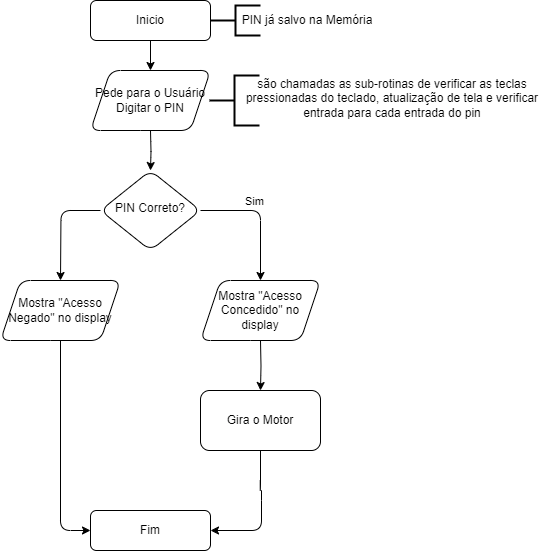
Above: img/fluxograma.png in nullifidianz/Fechadura-Assembly (draw.io), before the change. Source tidied: cells renumbered, new cells last; positions are measured from the earlier drawing's top-left corner, leaving out a move shared by most shapes. Source of this version:
```xml
<mxGraphModel background="#ffffff">
  <root>
    <mxCell id="0" />
    <mxCell id="1" parent="0" />
    <mxCell id="2" style="edgeStyle=orthogonalEdgeStyle;rounded=1;jettySize=auto;html=1;exitX=0.5;exitY=1;exitDx=0;exitDy=0;entryX=0.5;entryY=0;entryDx=0;entryDy=0;" parent="1" edge="1" source="3" target="9">
      <mxGeometry relative="1" as="geometry" />
    </mxCell>
    <mxCell id="3" value="Inicio" style="rounded=1;whiteSpace=wrap;html=1;fontSize=12;glass=0;strokeWidth=1;shadow=0;" parent="1" vertex="1">
      <mxGeometry x="90" width="120" height="40" as="geometry" />
    </mxCell>
    <mxCell id="4" style="edgeStyle=orthogonalEdgeStyle;rounded=1;jettySize=auto;html=1;entryX=0.5;entryY=0;entryDx=0;entryDy=0;" parent="1" edge="1" source="7">
      <mxGeometry relative="1" as="geometry">
        <mxPoint x="260" y="280" as="targetPoint" />
        <Array as="points">
          <mxPoint x="260" y="210" />
        </Array>
      </mxGeometry>
    </mxCell>
    <mxCell id="5" value="Sim" style="edgeLabel;html=1;align=center;verticalAlign=middle;rounded=1;" parent="4" vertex="1">
      <mxGeometry x="-0.18" y="-1" relative="1" as="geometry">
        <mxPoint y="-11" as="offset" />
      </mxGeometry>
    </mxCell>
    <mxCell id="6" style="edgeStyle=orthogonalEdgeStyle;rounded=1;jettySize=auto;html=1;exitX=0;exitY=0.5;exitDx=0;exitDy=0;entryX=0.5;entryY=0;entryDx=0;entryDy=0;" parent="1" edge="1" source="7">
      <mxGeometry relative="1" as="geometry">
        <mxPoint x="60" y="280" as="targetPoint" />
      </mxGeometry>
    </mxCell>
    <mxCell id="7" value="PIN Correto?" style="rhombus;whiteSpace=wrap;html=1;shadow=0;fontFamily=Helvetica;fontSize=12;align=center;strokeWidth=1;spacing=6;spacingTop=-4;rounded=1;" parent="1" vertex="1">
      <mxGeometry x="100" y="170" width="100" height="80" as="geometry" />
    </mxCell>
    <mxCell id="8" style="edgeStyle=orthogonalEdgeStyle;rounded=1;jettySize=auto;html=1;exitX=0.5;exitY=1;exitDx=0;exitDy=0;entryX=0.5;entryY=0;entryDx=0;entryDy=0;" parent="1" edge="1" target="7">
      <mxGeometry relative="1" as="geometry">
        <mxPoint x="150" y="130" as="sourcePoint" />
      </mxGeometry>
    </mxCell>
    <mxCell id="9" value="Pede para o Usuário Digitar o PIN" style="shape=parallelogram;perimeter=parallelogramPerimeter;whiteSpace=wrap;html=1;fixedSize=1;rounded=1;" parent="1" vertex="1">
      <mxGeometry x="90" y="70" width="120" height="60" as="geometry" />
    </mxCell>
    <mxCell id="10" style="edgeStyle=orthogonalEdgeStyle;rounded=1;jettySize=auto;html=1;exitX=0.5;exitY=1;exitDx=0;exitDy=0;entryX=0.5;entryY=0;entryDx=0;entryDy=0;" parent="1" edge="1" target="12">
      <mxGeometry relative="1" as="geometry">
        <mxPoint x="260" y="340" as="sourcePoint" />
      </mxGeometry>
    </mxCell>
    <mxCell id="11" style="edgeStyle=orthogonalEdgeStyle;rounded=1;jettySize=auto;html=1;exitX=0.5;exitY=1;exitDx=0;exitDy=0;entryX=1;entryY=0.5;entryDx=0;entryDy=0;" parent="1" edge="1" source="12" target="13">
      <mxGeometry relative="1" as="geometry">
        <Array as="points">
          <mxPoint x="260" y="490" />
          <mxPoint x="261" y="490" />
          <mxPoint x="261" y="530" />
        </Array>
      </mxGeometry>
    </mxCell>
    <mxCell id="12" value="Gira o Motor" style="rounded=1;whiteSpace=wrap;html=1;" parent="1" vertex="1">
      <mxGeometry x="200" y="390" width="120" height="60" as="geometry" />
    </mxCell>
    <mxCell id="13" value="Fim" style="rounded=1;whiteSpace=wrap;html=1;fontSize=12;glass=0;strokeWidth=1;shadow=0;" parent="1" vertex="1">
      <mxGeometry x="90" y="510" width="120" height="40" as="geometry" />
    </mxCell>
    <mxCell id="14" style="edgeStyle=orthogonalEdgeStyle;rounded=1;orthogonalLoop=1;jettySize=auto;html=1;exitX=0.5;exitY=1;exitDx=0;exitDy=0;" parent="1" edge="1">
      <mxGeometry relative="1" as="geometry">
        <mxPoint x="60" y="340" as="sourcePoint" />
        <mxPoint x="60" y="340" as="targetPoint" />
      </mxGeometry>
    </mxCell>
    <mxCell id="15" style="edgeStyle=orthogonalEdgeStyle;rounded=1;jettySize=auto;html=1;entryX=0;entryY=0.5;entryDx=0;entryDy=0;" parent="1" edge="1" source="16" target="13">
      <mxGeometry relative="1" as="geometry" />
    </mxCell>
    <mxCell id="16" value="Mostra &quot;Acesso Negado&quot; no display" style="shape=parallelogram;perimeter=parallelogramPerimeter;whiteSpace=wrap;html=1;fixedSize=1;rounded=1;" parent="1" vertex="1">
      <mxGeometry y="280" width="120" height="60" as="geometry" />
    </mxCell>
    <mxCell id="17" value="Mostra &quot;Acesso Concedido&quot; no display" style="shape=parallelogram;perimeter=parallelogramPerimeter;whiteSpace=wrap;html=1;fixedSize=1;rounded=1;" parent="1" vertex="1">
      <mxGeometry x="200" y="280" width="120" height="60" as="geometry" />
    </mxCell>
    <mxCell id="18" style="strokeWidth=2;html=1;shape=mxgraph.flowchart.annotation_2;align=left;labelPosition=right;rounded=1;" parent="1" vertex="1">
      <mxGeometry x="210" y="5" width="50" height="30" as="geometry" />
    </mxCell>
    <mxCell id="19" style="strokeWidth=2;html=1;shape=mxgraph.flowchart.annotation_2;align=left;labelPosition=right;rounded=1;" parent="1" vertex="1">
      <mxGeometry x="209" y="75" width="50" height="50" as="geometry" />
    </mxCell>
    <mxCell id="20" value="PIN já salvo na Memória" style="text;html=1;align=center;verticalAlign=middle;whiteSpace=wrap;rounded=1;" parent="1" vertex="1">
      <mxGeometry x="234" y="5" width="146" height="30" as="geometry" />
    </mxCell>
    <mxCell id="21" value="são chamadas as sub-rotinas de verificar as teclas pressionadas do teclado, atualização de tela e verificar entrada para cada entrada do pin" style="text;html=1;align=center;verticalAlign=middle;whiteSpace=wrap;rounded=1;" parent="1" vertex="1">
      <mxGeometry x="234" y="75" width="316" height="45" as="geometry" />
    </mxCell>
  </root>
</mxGraphModel>
```
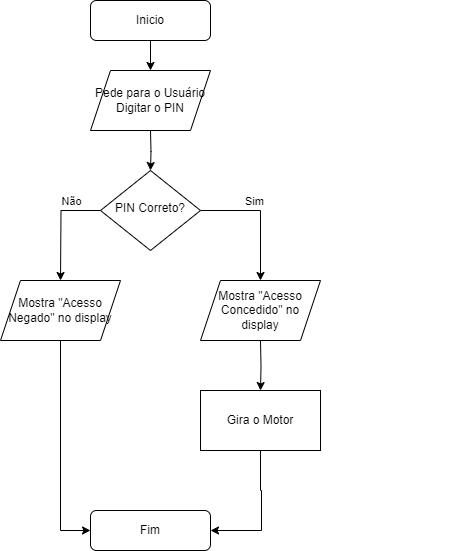
The same diagram one commit later.

Change to the diagram source:
```diff
@@ -2,13 +2,13 @@
   <root>
     <mxCell id="0" />
     <mxCell id="1" parent="0" />
-    <mxCell id="2" style="edgeStyle=orthogonalEdgeStyle;rounded=1;jettySize=auto;html=1;exitX=0.5;exitY=1;exitDx=0;exitDy=0;entryX=0.5;entryY=0;entryDx=0;entryDy=0;" parent="1" edge="1" source="3" target="9">
+    <mxCell id="2" style="edgeStyle=orthogonalEdgeStyle;rounded=0;jettySize=auto;html=1;exitX=0.5;exitY=1;exitDx=0;exitDy=0;entryX=0.5;entryY=0;entryDx=0;entryDy=0;" parent="1" edge="1" source="3" target="9">
       <mxGeometry relative="1" as="geometry" />
     </mxCell>
     <mxCell id="3" value="Inicio" style="rounded=1;whiteSpace=wrap;html=1;fontSize=12;glass=0;strokeWidth=1;shadow=0;" parent="1" vertex="1">
       <mxGeometry x="90" width="120" height="40" as="geometry" />
     </mxCell>
-    <mxCell id="4" style="edgeStyle=orthogonalEdgeStyle;rounded=1;jettySize=auto;html=1;entryX=0.5;entryY=0;entryDx=0;entryDy=0;" parent="1" edge="1" source="7">
+    <mxCell id="4" style="edgeStyle=orthogonalEdgeStyle;rounded=0;jettySize=auto;html=1;entryX=0.5;entryY=0;entryDx=0;entryDy=0;" parent="1" edge="1" source="7">
       <mxGeometry relative="1" as="geometry">
         <mxPoint x="260" y="280" as="targetPoint" />
         <Array as="points">
@@ -16,33 +16,38 @@
         </Array>
       </mxGeometry>
     </mxCell>
-    <mxCell id="5" value="Sim" style="edgeLabel;html=1;align=center;verticalAlign=middle;rounded=1;" parent="4" vertex="1">
+    <mxCell id="5" value="Sim" style="edgeLabel;html=1;align=center;verticalAlign=middle;" parent="4" vertex="1">
       <mxGeometry x="-0.18" y="-1" relative="1" as="geometry">
         <mxPoint y="-11" as="offset" />
       </mxGeometry>
     </mxCell>
-    <mxCell id="6" style="edgeStyle=orthogonalEdgeStyle;rounded=1;jettySize=auto;html=1;exitX=0;exitY=0.5;exitDx=0;exitDy=0;entryX=0.5;entryY=0;entryDx=0;entryDy=0;" parent="1" edge="1" source="7">
+    <mxCell id="6" style="edgeStyle=orthogonalEdgeStyle;rounded=0;jettySize=auto;html=1;exitX=0;exitY=0.5;exitDx=0;exitDy=0;entryX=0.5;entryY=0;entryDx=0;entryDy=0;" parent="1" edge="1" source="7">
       <mxGeometry relative="1" as="geometry">
         <mxPoint x="60" y="280" as="targetPoint" />
       </mxGeometry>
     </mxCell>
+    <mxCell id="22" value="Não" style="edgeLabel;html=1;align=center;verticalAlign=middle;" parent="6" vertex="1">
+      <mxGeometry x="-0.38" relative="1" as="geometry">
+        <mxPoint x="4" y="-10" as="offset" />
+      </mxGeometry>
+    </mxCell>
-    <mxCell id="7" value="PIN Correto?" style="rhombus;whiteSpace=wrap;html=1;shadow=0;fontFamily=Helvetica;fontSize=12;align=center;strokeWidth=1;spacing=6;spacingTop=-4;rounded=1;" parent="1" vertex="1">
+    <mxCell id="7" value="PIN Correto?" style="rhombus;whiteSpace=wrap;html=1;shadow=0;fontFamily=Helvetica;fontSize=12;align=center;strokeWidth=1;spacing=6;spacingTop=-4;" parent="1" vertex="1">
       <mxGeometry x="100" y="170" width="100" height="80" as="geometry" />
     </mxCell>
-    <mxCell id="8" style="edgeStyle=orthogonalEdgeStyle;rounded=1;jettySize=auto;html=1;exitX=0.5;exitY=1;exitDx=0;exitDy=0;entryX=0.5;entryY=0;entryDx=0;entryDy=0;" parent="1" edge="1" target="7">
+    <mxCell id="8" style="edgeStyle=orthogonalEdgeStyle;rounded=0;jettySize=auto;html=1;exitX=0.5;exitY=1;exitDx=0;exitDy=0;entryX=0.5;entryY=0;entryDx=0;entryDy=0;" parent="1" edge="1" target="7">
       <mxGeometry relative="1" as="geometry">
         <mxPoint x="150" y="130" as="sourcePoint" />
       </mxGeometry>
     </mxCell>
-    <mxCell id="9" value="Pede para o Usuário Digitar o PIN" style="shape=parallelogram;perimeter=parallelogramPerimeter;whiteSpace=wrap;html=1;fixedSize=1;rounded=1;" parent="1" vertex="1">
+    <mxCell id="9" value="Pede para o Usuário Digitar o PIN" style="shape=parallelogram;perimeter=parallelogramPerimeter;whiteSpace=wrap;html=1;fixedSize=1;" parent="1" vertex="1">
       <mxGeometry x="90" y="70" width="120" height="60" as="geometry" />
     </mxCell>
-    <mxCell id="10" style="edgeStyle=orthogonalEdgeStyle;rounded=1;jettySize=auto;html=1;exitX=0.5;exitY=1;exitDx=0;exitDy=0;entryX=0.5;entryY=0;entryDx=0;entryDy=0;" parent="1" edge="1" target="12">
+    <mxCell id="10" style="edgeStyle=orthogonalEdgeStyle;rounded=0;jettySize=auto;html=1;exitX=0.5;exitY=1;exitDx=0;exitDy=0;entryX=0.5;entryY=0;entryDx=0;entryDy=0;" parent="1" edge="1" target="12">
       <mxGeometry relative="1" as="geometry">
         <mxPoint x="260" y="340" as="sourcePoint" />
       </mxGeometry>
     </mxCell>
-    <mxCell id="11" style="edgeStyle=orthogonalEdgeStyle;rounded=1;jettySize=auto;html=1;exitX=0.5;exitY=1;exitDx=0;exitDy=0;entryX=1;entryY=0.5;entryDx=0;entryDy=0;" parent="1" edge="1" source="12" target="13">
+    <mxCell id="11" style="edgeStyle=orthogonalEdgeStyle;rounded=0;jettySize=auto;html=1;exitX=0.5;exitY=1;exitDx=0;exitDy=0;entryX=1;entryY=0.5;entryDx=0;entryDy=0;" parent="1" edge="1" source="12" target="13">
       <mxGeometry relative="1" as="geometry">
         <Array as="points">
           <mxPoint x="260" y="490" />
@@ -51,38 +56,31 @@
         </Array>
       </mxGeometry>
     </mxCell>
-    <mxCell id="12" value="Gira o Motor" style="rounded=1;whiteSpace=wrap;html=1;" parent="1" vertex="1">
+    <mxCell id="12" value="Gira o Motor" style="rounded=0;whiteSpace=wrap;html=1;" parent="1" vertex="1">
       <mxGeometry x="200" y="390" width="120" height="60" as="geometry" />
     </mxCell>
     <mxCell id="13" value="Fim" style="rounded=1;whiteSpace=wrap;html=1;fontSize=12;glass=0;strokeWidth=1;shadow=0;" parent="1" vertex="1">
       <mxGeometry x="90" y="510" width="120" height="40" as="geometry" />
     </mxCell>
-    <mxCell id="14" style="edgeStyle=orthogonalEdgeStyle;rounded=1;orthogonalLoop=1;jettySize=auto;html=1;exitX=0.5;exitY=1;exitDx=0;exitDy=0;" parent="1" edge="1">
+    <mxCell id="14" style="edgeStyle=orthogonalEdgeStyle;rounded=0;orthogonalLoop=1;jettySize=auto;html=1;exitX=0.5;exitY=1;exitDx=0;exitDy=0;" parent="1" edge="1">
       <mxGeometry relative="1" as="geometry">
         <mxPoint x="60" y="340" as="sourcePoint" />
         <mxPoint x="60" y="340" as="targetPoint" />
       </mxGeometry>
     </mxCell>
-    <mxCell id="15" style="edgeStyle=orthogonalEdgeStyle;rounded=1;jettySize=auto;html=1;entryX=0;entryY=0.5;entryDx=0;entryDy=0;" parent="1" edge="1" source="16" target="13">
+    <mxCell id="15" style="edgeStyle=orthogonalEdgeStyle;rounded=0;jettySize=auto;html=1;entryX=0;entryY=0.5;entryDx=0;entryDy=0;" parent="1" edge="1" source="16" target="13">
       <mxGeometry relative="1" as="geometry" />
     </mxCell>
-    <mxCell id="16" value="Mostra &quot;Acesso Negado&quot; no display" style="shape=parallelogram;perimeter=parallelogramPerimeter;whiteSpace=wrap;html=1;fixedSize=1;rounded=1;" parent="1" vertex="1">
+    <mxCell id="16" value="Mostra &quot;Acesso Negado&quot; no display" style="shape=parallelogram;perimeter=parallelogramPerimeter;whiteSpace=wrap;html=1;fixedSize=1;" parent="1" vertex="1">
       <mxGeometry y="280" width="120" height="60" as="geometry" />
     </mxCell>
-    <mxCell id="17" value="Mostra &quot;Acesso Concedido&quot; no display" style="shape=parallelogram;perimeter=parallelogramPerimeter;whiteSpace=wrap;html=1;fixedSize=1;rounded=1;" parent="1" vertex="1">
+    <mxCell id="17" value="Mostra &quot;Acesso Concedido&quot; no display" style="shape=parallelogram;perimeter=parallelogramPerimeter;whiteSpace=wrap;html=1;fixedSize=1;" parent="1" vertex="1">
       <mxGeometry x="200" y="280" width="120" height="60" as="geometry" />
     </mxCell>
-    <mxCell id="18" style="strokeWidth=2;html=1;shape=mxgraph.flowchart.annotation_2;align=left;labelPosition=right;rounded=1;" parent="1" vertex="1">
-      <mxGeometry x="210" y="5" width="50" height="30" as="geometry" />
-    </mxCell>
-    <mxCell id="19" style="strokeWidth=2;html=1;shape=mxgraph.flowchart.annotation_2;align=left;labelPosition=right;rounded=1;" parent="1" vertex="1">
-      <mxGeometry x="209" y="75" width="50" height="50" as="geometry" />
-    </mxCell>
-    <mxCell id="20" value="PIN já salvo na Memória" style="text;html=1;align=center;verticalAlign=middle;whiteSpace=wrap;rounded=1;" parent="1" vertex="1">
-      <mxGeometry x="234" y="5" width="146" height="30" as="geometry" />
-    </mxCell>
-    <mxCell id="21" value="são chamadas as sub-rotinas de verificar as teclas pressionadas do teclado, atualização de tela e verificar entrada para cada entrada do pin" style="text;html=1;align=center;verticalAlign=middle;whiteSpace=wrap;rounded=1;" parent="1" vertex="1">
-      <mxGeometry x="234" y="75" width="316" height="45" as="geometry" />
-    </mxCell>
+    <mxCell id="23" style="edgeStyle=orthogonalEdgeStyle;rounded=0;jettySize=auto;html=1;exitX=1;exitY=0.5;exitDx=0;exitDy=0;entryX=0;entryY=0.5;entryDx=0;entryDy=0;entryPerimeter=0;strokeColor=none;" parent="1" edge="1" source="9">
+      <mxGeometry relative="1" as="geometry">
+        <mxPoint x="460" y="270" as="targetPoint" />
+      </mxGeometry>
+    </mxCell>
   </root>
 </mxGraphModel>
```
